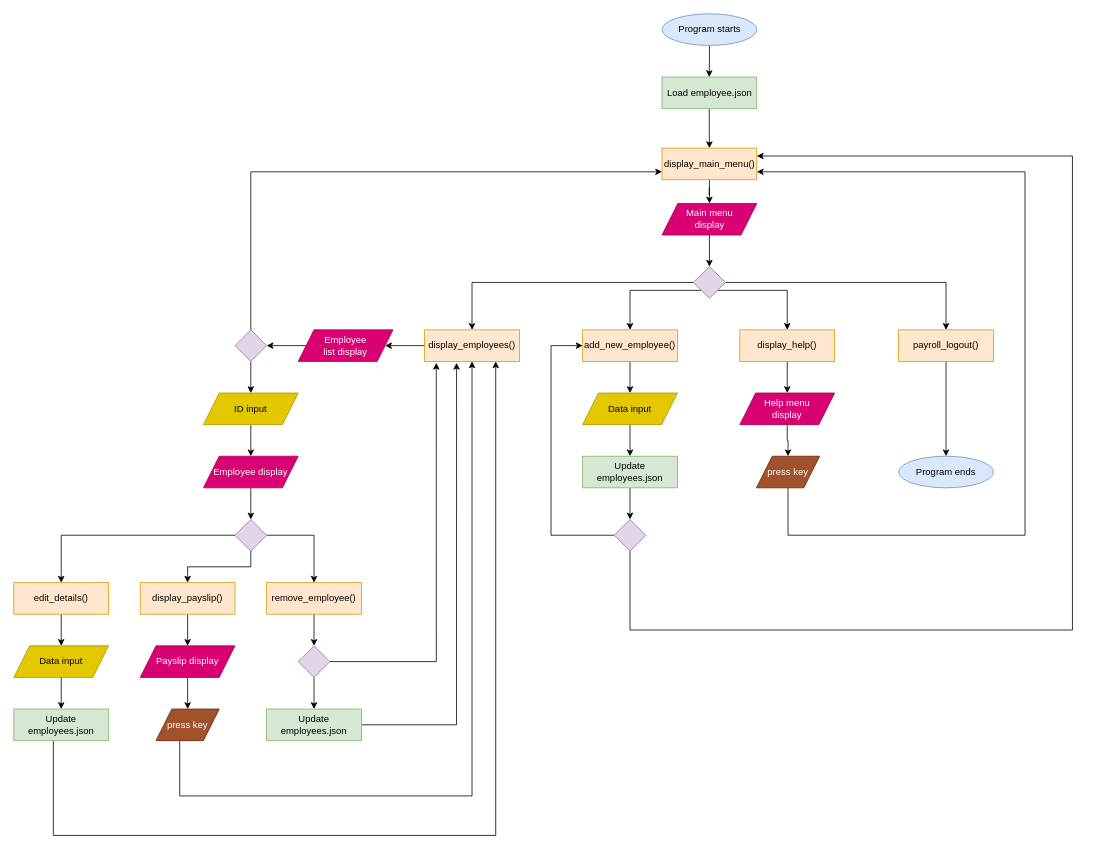
The draw.io diagram SD-TA-010-A-Assignment/latest.drawio in gamzefitz/ProceduralProgramming, before the edit. Source tidied: cells renumbered, new cells numbered last; positions are measured from the earlier drawing's top-left corner, leaving out a move shared by most shapes. Both pictures are drawn from the tidied source at 79%, with x=0, y=0 at pixel (13, 13).
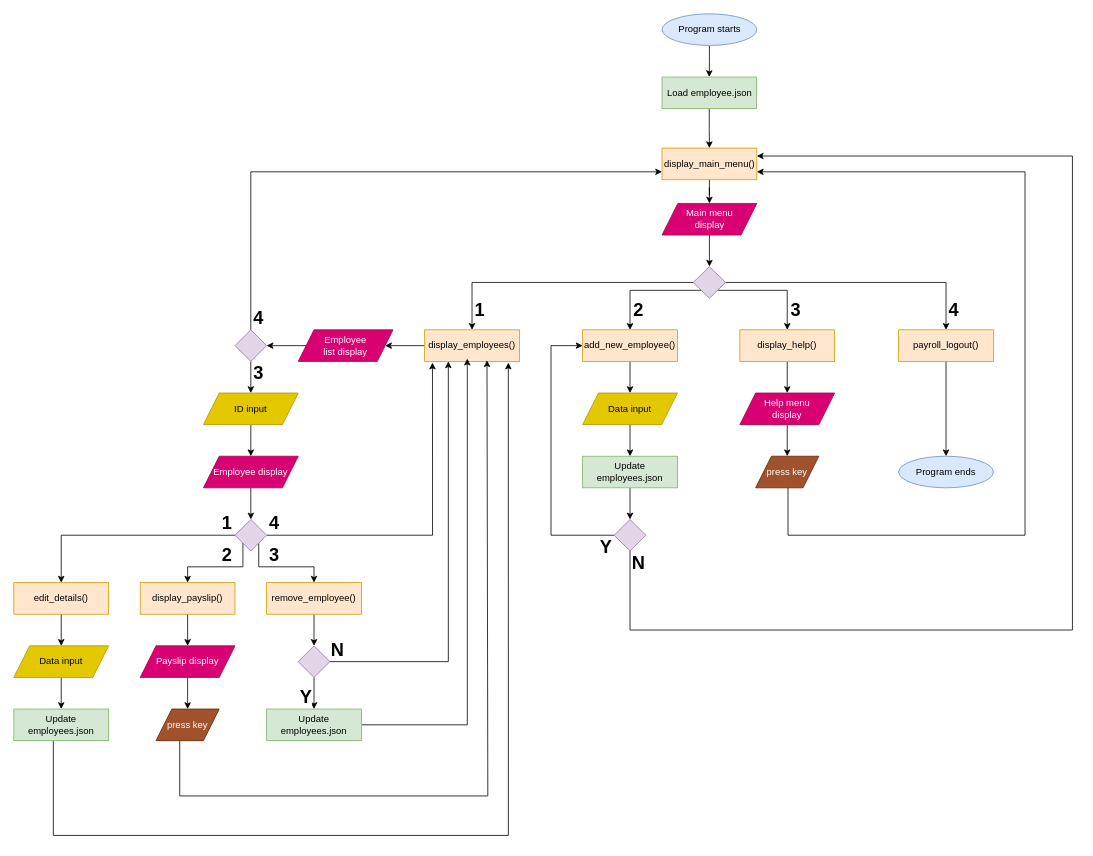
Above is the later version.

Unchanged cells that the change refers to:
```xml
<mxCell id="14" value="display_employees()" style="rounded=0;whiteSpace=wrap;html=1;fillColor=#ffe6cc;strokeColor=#d79b00;" parent="1" vertex="1">
  <mxGeometry x="520" y="400" width="120" height="40" as="geometry" />
</mxCell>
<mxCell id="18" value="remove_employee()" style="rounded=0;whiteSpace=wrap;html=1;fillColor=#ffe6cc;strokeColor=#d79b00;" parent="1" vertex="1">
  <mxGeometry x="320" y="720" width="120" height="40" as="geometry" />
</mxCell>
<mxCell id="20" value="display_payslip()" style="rounded=0;whiteSpace=wrap;html=1;fillColor=#ffe6cc;strokeColor=#d79b00;" parent="1" vertex="1">
  <mxGeometry x="160" y="720" width="120" height="40" as="geometry" />
</mxCell>
<mxCell id="43" value="Update employees.json" style="rounded=0;whiteSpace=wrap;html=1;fillColor=#d5e8d4;strokeColor=#82b366;" parent="1" vertex="1">
  <mxGeometry y="880" width="120" height="40" as="geometry" />
</mxCell>
<mxCell id="51" value="Update employees.json" style="rounded=0;whiteSpace=wrap;html=1;fillColor=#d5e8d4;strokeColor=#82b366;" parent="1" vertex="1">
  <mxGeometry x="320" y="880" width="120" height="40" as="geometry" />
</mxCell>
<mxCell id="55" style="rhombus;whiteSpace=wrap;html=1;fillColor=#e1d5e7;strokeColor=#9673a6;" parent="1" vertex="1">
  <mxGeometry x="280" y="640" width="40" height="40" as="geometry" />
</mxCell>
<mxCell id="59" style="rhombus;whiteSpace=wrap;html=1;fillColor=#e1d5e7;strokeColor=#9673a6;" parent="1" vertex="1">
  <mxGeometry x="360" y="800" width="40" height="40" as="geometry" />
</mxCell>
<mxCell id="63" value="press key" style="shape=parallelogram;perimeter=parallelogramPerimeter;whiteSpace=wrap;html=1;fixedSize=1;fillColor=#a0522d;fontColor=#ffffff;strokeColor=#6D1F00;" parent="1" vertex="1">
  <mxGeometry x="180" y="880" width="80" height="40" as="geometry" />
</mxCell>
```

The edit, as a diff of the source:
```diff
@@
-    <mxCell id="42" style="edgeStyle=orthogonalEdgeStyle;rounded=0;jettySize=auto;html=1;entryX=0.75;entryY=1;entryDx=0;entryDy=0;" parent="1" edge="1" source="43" target="14">
+    <mxCell id="42" style="edgeStyle=orthogonalEdgeStyle;rounded=0;jettySize=auto;html=1;entryX=0.883;entryY=1.038;entryDx=0;entryDy=0;entryPerimeter=0;" parent="1" edge="1" source="43" target="14">
       <mxGeometry relative="1" as="geometry">
         <Array as="points">
           <mxPoint x="50" y="1040" />
-          <mxPoint x="610" y="1040" />
+          <mxPoint x="626" y="1040" />
         </Array>
       </mxGeometry>
     </mxCell>
@@
-    <mxCell id="50" style="edgeStyle=orthogonalEdgeStyle;rounded=0;jettySize=auto;html=1;entryX=0.337;entryY=1.046;entryDx=0;entryDy=0;entryPerimeter=0;" parent="1" edge="1" source="51" target="14">
+    <mxCell id="50" style="edgeStyle=orthogonalEdgeStyle;rounded=0;jettySize=auto;html=1;entryX=0.45;entryY=0.913;entryDx=0;entryDy=0;entryPerimeter=0;" parent="1" edge="1" source="51" target="14">
       <mxGeometry relative="1" as="geometry" />
     </mxCell>
@@
-    <mxCell id="52" style="edgeStyle=orthogonalEdgeStyle;rounded=0;jettySize=auto;html=1;exitX=1;exitY=0.5;exitDx=0;exitDy=0;entryX=0.5;entryY=0;entryDx=0;entryDy=0;" parent="1" edge="1" source="55" target="18">
+    <mxCell id="52" style="edgeStyle=orthogonalEdgeStyle;rounded=0;jettySize=auto;html=1;exitX=1;exitY=1;exitDx=0;exitDy=0;entryX=0.5;entryY=0;entryDx=0;entryDy=0;" parent="1" edge="1" source="55" target="18">
       <mxGeometry relative="1" as="geometry" />
     </mxCell>
-    <mxCell id="53" style="edgeStyle=orthogonalEdgeStyle;rounded=0;jettySize=auto;html=1;entryX=0.5;entryY=0;entryDx=0;entryDy=0;" parent="1" edge="1" source="55" target="20">
+    <mxCell id="53" style="edgeStyle=orthogonalEdgeStyle;rounded=0;jettySize=auto;html=1;entryX=0.5;entryY=0;entryDx=0;entryDy=0;exitX=0;exitY=1;exitDx=0;exitDy=0;" parent="1" edge="1" source="55" target="20">
       <mxGeometry relative="1" as="geometry" />
     </mxCell>
@@
+    <mxCell id="67" style="edgeStyle=orthogonalEdgeStyle;rounded=0;jettySize=auto;html=1;entryX=0.083;entryY=1.038;entryDx=0;entryDy=0;entryPerimeter=0;" parent="1" edge="1" source="55" target="14">
+      <mxGeometry relative="1" as="geometry">
+        <Array as="points">
+          <mxPoint x="530" y="660" />
+        </Array>
+      </mxGeometry>
+    </mxCell>
@@
-    <mxCell id="62" style="edgeStyle=orthogonalEdgeStyle;rounded=0;jettySize=auto;html=1;entryX=0.5;entryY=1;entryDx=0;entryDy=0;" parent="1" edge="1" source="63" target="14">
+    <mxCell id="62" style="edgeStyle=orthogonalEdgeStyle;rounded=0;jettySize=auto;html=1;entryX=0.658;entryY=0.963;entryDx=0;entryDy=0;entryPerimeter=0;" parent="1" edge="1" source="63" target="14">
       <mxGeometry relative="1" as="geometry">
         <Array as="points">
           <mxPoint x="210" y="990" />
-          <mxPoint x="580" y="990" />
+          <mxPoint x="600" y="990" />
         </Array>
       </mxGeometry>
     </mxCell>
@@
     <mxCell id="65" value="press key" style="shape=parallelogram;perimeter=parallelogramPerimeter;whiteSpace=wrap;html=1;fixedSize=1;fillColor=#a0522d;fontColor=#ffffff;strokeColor=#6D1F00;" parent="1" vertex="1">
-      <mxGeometry x="940" y="560" width="80" height="40" as="geometry" />
+      <mxGeometry x="939" y="560" width="80" height="40" as="geometry" />
     </mxCell>
-    <mxCell id="66" style="edgeStyle=orthogonalEdgeStyle;rounded=0;jettySize=auto;html=1;entryX=0.123;entryY=1.046;entryDx=0;entryDy=0;entryPerimeter=0;" parent="1" edge="1" source="59" target="14">
+    <mxCell id="66" style="edgeStyle=orthogonalEdgeStyle;rounded=0;jettySize=auto;html=1;entryX=0.25;entryY=1;entryDx=0;entryDy=0;" parent="1" edge="1" source="59" target="14">
       <mxGeometry relative="1" as="geometry" />
     </mxCell>
+    <mxCell id="68" value="1" style="text;html=1;whiteSpace=wrap;strokeColor=none;fillColor=none;align=center;verticalAlign=middle;rounded=0;fontStyle=1;labelBackgroundColor=#FFFFFF;fontSize=23;" parent="1" vertex="1">
+      <mxGeometry x="560" y="360" width="60" height="30" as="geometry" />
+    </mxCell>
+    <mxCell id="69" value="2" style="text;html=1;whiteSpace=wrap;strokeColor=none;fillColor=none;align=center;verticalAlign=middle;rounded=0;fontStyle=1;labelBackgroundColor=#FFFFFF;fontSize=23;" parent="1" vertex="1">
+      <mxGeometry x="760.5" y="360" width="60" height="30" as="geometry" />
+    </mxCell>
+    <mxCell id="70" value="3" style="text;html=1;whiteSpace=wrap;strokeColor=none;fillColor=none;align=center;verticalAlign=middle;rounded=0;fontStyle=1;labelBackgroundColor=#FFFFFF;fontSize=23;" parent="1" vertex="1">
+      <mxGeometry x="960" y="360" width="60" height="30" as="geometry" />
+    </mxCell>
+    <mxCell id="71" value="4" style="text;html=1;whiteSpace=wrap;strokeColor=none;fillColor=none;align=center;verticalAlign=middle;rounded=0;fontStyle=1;labelBackgroundColor=#FFFFFF;fontSize=23;" parent="1" vertex="1">
+      <mxGeometry x="1160" y="360" width="60" height="30" as="geometry" />
+    </mxCell>
+    <mxCell id="72" value="Y" style="text;html=1;whiteSpace=wrap;strokeColor=none;fillColor=none;align=center;verticalAlign=middle;rounded=0;fontStyle=1;labelBackgroundColor=#FFFFFF;fontSize=23;" parent="1" vertex="1">
+      <mxGeometry x="720" y="660" width="60" height="30" as="geometry" />
+    </mxCell>
+    <mxCell id="73" value="N" style="text;html=1;whiteSpace=wrap;strokeColor=none;fillColor=none;align=center;verticalAlign=middle;rounded=0;fontStyle=1;labelBackgroundColor=#FFFFFF;fontSize=23;" parent="1" vertex="1">
+      <mxGeometry x="760.5" y="680" width="60" height="30" as="geometry" />
+    </mxCell>
+    <mxCell id="74" value="3" style="text;html=1;whiteSpace=wrap;strokeColor=none;fillColor=none;align=center;verticalAlign=middle;rounded=0;fontStyle=1;labelBackgroundColor=#FFFFFF;fontSize=23;" parent="1" vertex="1">
+      <mxGeometry x="280" y="440" width="60" height="30" as="geometry" />
+    </mxCell>
+    <mxCell id="75" value="4" style="text;html=1;whiteSpace=wrap;strokeColor=none;fillColor=none;align=center;verticalAlign=middle;rounded=0;fontStyle=1;labelBackgroundColor=#FFFFFF;fontSize=23;" parent="1" vertex="1">
+      <mxGeometry x="280" y="370" width="60" height="30" as="geometry" />
+    </mxCell>
+    <mxCell id="76" value="1" style="text;html=1;whiteSpace=wrap;strokeColor=none;fillColor=none;align=center;verticalAlign=middle;rounded=0;fontStyle=1;labelBackgroundColor=#FFFFFF;fontSize=23;" parent="1" vertex="1">
+      <mxGeometry x="240" y="630" width="60" height="30" as="geometry" />
+    </mxCell>
+    <mxCell id="77" value="2" style="text;html=1;whiteSpace=wrap;strokeColor=none;fillColor=none;align=center;verticalAlign=middle;rounded=0;fontStyle=1;labelBackgroundColor=#FFFFFF;fontSize=23;" parent="1" vertex="1">
+      <mxGeometry x="240" y="670" width="60" height="30" as="geometry" />
+    </mxCell>
+    <mxCell id="78" value="3" style="text;html=1;whiteSpace=wrap;strokeColor=none;fillColor=none;align=center;verticalAlign=middle;rounded=0;fontStyle=1;labelBackgroundColor=#FFFFFF;fontSize=23;" parent="1" vertex="1">
+      <mxGeometry x="300" y="670" width="60" height="30" as="geometry" />
+    </mxCell>
+    <mxCell id="79" value="4" style="text;html=1;whiteSpace=wrap;strokeColor=none;fillColor=none;align=center;verticalAlign=middle;rounded=0;fontStyle=1;labelBackgroundColor=#FFFFFF;fontSize=23;" parent="1" vertex="1">
+      <mxGeometry x="300" y="630" width="60" height="30" as="geometry" />
+    </mxCell>
+    <mxCell id="80" value="Y" style="text;html=1;whiteSpace=wrap;strokeColor=none;fillColor=none;align=center;verticalAlign=middle;rounded=0;fontStyle=1;labelBackgroundColor=#FFFFFF;fontSize=23;" parent="1" vertex="1">
+      <mxGeometry x="340" y="850" width="60" height="30" as="geometry" />
+    </mxCell>
+    <mxCell id="81" value="N" style="text;html=1;whiteSpace=wrap;strokeColor=none;fillColor=none;align=center;verticalAlign=middle;rounded=0;fontStyle=1;labelBackgroundColor=#FFFFFF;fontSize=23;" parent="1" vertex="1">
+      <mxGeometry x="380" y="790" width="60" height="30" as="geometry" />
+    </mxCell>
```
